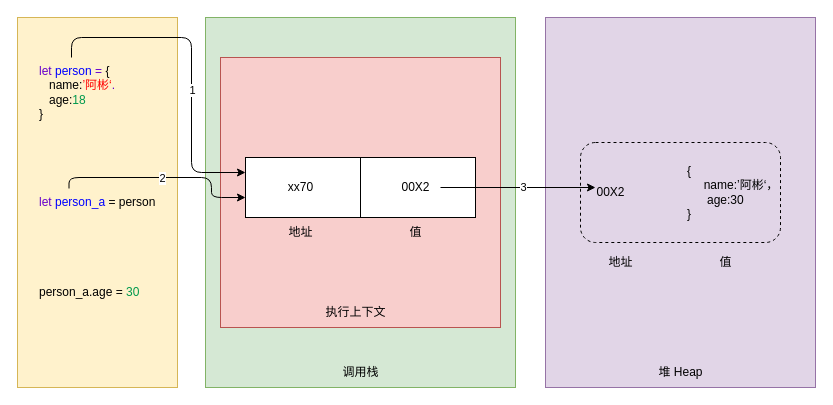
Before: javascript/引用值.drawio in wbbhacker/drawFile, a draw.io diagram. Source tidied: cells renumbered, new cells numbered last; positions are measured from the earlier drawing's top-left corner, leaving out a move shared by most shapes. Both pictures are drawn from the tidied source at 100%, with x=0, y=0 at pixel (17, 17).
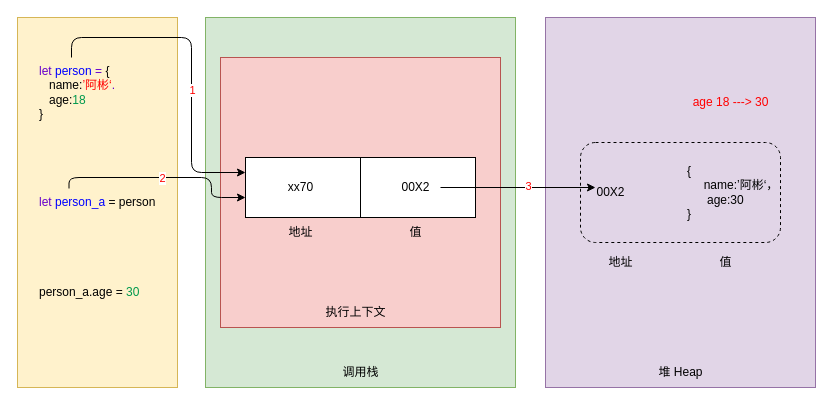
The same diagram, later.

Commit message (it also covers changes not shown here):
更新引用值.drawio

The change refers to these unchanged cells:
```xml
<mxCell id="24" style="edgeStyle=orthogonalEdgeStyle;rounded=0;jettySize=auto;html=1;fontColor=#000000;" parent="1" edge="1" source="13">
  <mxGeometry relative="1" as="geometry">
    <mxPoint x="578" y="170" as="targetPoint" />
  </mxGeometry>
</mxCell>
<mxCell id="26" style="edgeStyle=orthogonalEdgeStyle;rounded=1;jettySize=auto;html=1;entryX=0;entryY=0.25;entryDx=0;entryDy=0;fontColor=#000000;" parent="1" edge="1" source="3" target="11">
  <mxGeometry relative="1" as="geometry">
    <Array as="points">
      <mxPoint x="54" y="20" />
      <mxPoint x="174" y="20" />
      <mxPoint x="174" y="155" />
    </Array>
  </mxGeometry>
</mxCell>
<mxCell id="28" style="edgeStyle=orthogonalEdgeStyle;rounded=1;jettySize=auto;html=1;fontColor=#000000;exitX=0.225;exitY=0.033;exitDx=0;exitDy=0;exitPerimeter=0;" parent="1" edge="1" source="4">
  <mxGeometry relative="1" as="geometry">
    <mxPoint x="228" y="180" as="targetPoint" />
    <Array as="points">
      <mxPoint x="52" y="160" />
      <mxPoint x="194" y="160" />
      <mxPoint x="194" y="180" />
    </Array>
  </mxGeometry>
</mxCell>
```

The edit, as a diff of the source:
```diff
@@
-    <mxCell id="25" value="3" style="edgeLabel;html=1;align=center;verticalAlign=middle;fontColor=#000000;" parent="24" vertex="1">
-      <mxGeometry x="0.07" y="1" relative="1" as="geometry" />
+    <mxCell id="25" value="3" style="edgeLabel;html=1;align=center;verticalAlign=middle;fontColor=#FF0000;" parent="24" vertex="1">
+      <mxGeometry x="0.13" y="2" relative="1" as="geometry" />
     </mxCell>
@@
-    <mxCell id="27" value="1" style="edgeLabel;html=1;align=center;verticalAlign=middle;fontColor=#000000;" parent="26" vertex="1">
+    <mxCell id="27" value="&lt;font color=&quot;#ff0000&quot;&gt;1&lt;/font&gt;" style="edgeLabel;html=1;align=center;verticalAlign=middle;fontColor=#000000;" parent="26" vertex="1">
       <mxGeometry x="0.17" relative="1" as="geometry" />
     </mxCell>
@@
-    <mxCell id="29" value="2" style="edgeLabel;html=1;align=center;verticalAlign=middle;fontColor=#000000;" parent="28" vertex="1">
+    <mxCell id="29" value="&lt;font color=&quot;#ff0000&quot;&gt;2&lt;/font&gt;" style="edgeLabel;html=1;align=center;verticalAlign=middle;fontColor=#000000;" parent="28" vertex="1">
       <mxGeometry relative="1" as="geometry" />
     </mxCell>
+    <mxCell id="30" value="age 18 ---&amp;gt; 30&lt;br&gt;" style="text;html=1;align=center;verticalAlign=middle;strokeColor=none;fillColor=none;fontColor=#FF0000;" parent="1" vertex="1">
+      <mxGeometry x="663" y="70" width="100" height="30" as="geometry" />
+    </mxCell>
```
